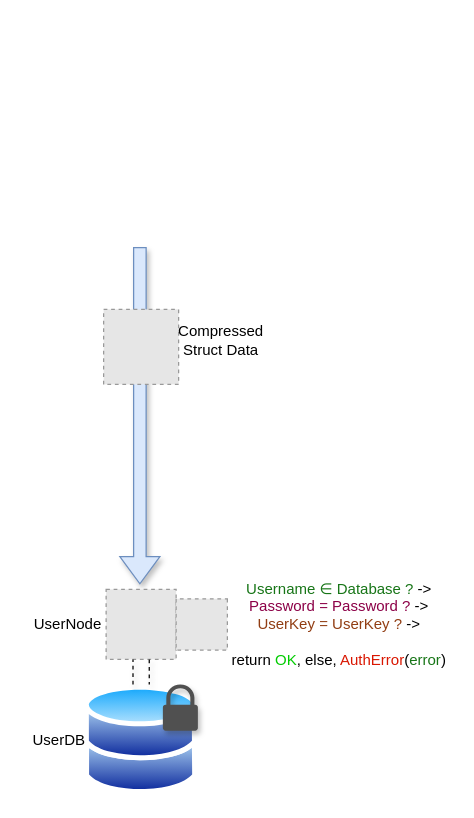
Above: Diagrama sin título.drawio in papitaAlgodonCplusplus/CI0119 (draw.io), before the change. Source tidied: cells renumbered, new cells numbered last; positions are measured from the earlier drawing's top-left corner, leaving out a move shared by most shapes. Both pictures are drawn from the tidied source at 125%, with x=0, y=0 at pixel (21, 246). Pictures stored in the file or linked from it are replaced by grey dashed boxes.
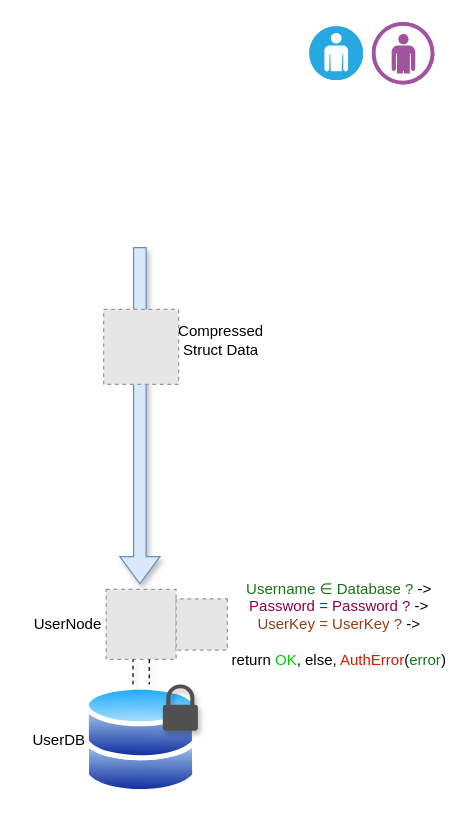
After the change.

Change to the diagram source:
```diff
@@
 <mxGraphModel>
   <root>
     <mxCell id="0" />
     <mxCell id="1" parent="0" />
     <mxCell id="2" style="shape=flexArrow;endArrow=classic;html=1;rounded=0;endWidth=21.05263157894737;endSize=6.926315789473684;targetPerimeterSpacing=0;fillColor=#dae8fc;strokeColor=#6c8ebf;shadow=1;" parent="1" edge="1">
       <mxGeometry relative="1" as="geometry">
         <mxPoint x="94.4" as="sourcePoint" />
         <mxPoint x="94.4" y="270" as="targetPoint" />
       </mxGeometry>
     </mxCell>
     <mxCell id="3" style="fillColor=#E6E6E6;strokeColor=#999999;dashed=1;html=1;verticalAlign=top;verticalLabelPosition=bottom;labelBackgroundColor=#ffffff;" parent="1" vertex="1">
       <mxGeometry x="65.4" y="50" width="60" height="60" as="geometry" />
     </mxCell>
     <mxCell id="4" style="fillColor=#E6E6E6;strokeColor=#999999;dashed=1;html=1;verticalAlign=top;verticalLabelPosition=bottom;labelBackgroundColor=#ffffff;" parent="1" vertex="1">
       <mxGeometry x="67.4" y="274" width="56" height="56" as="geometry" />
     </mxCell>
     <mxCell id="5" style="image;perimeter=ellipsePerimeter;html=1;align=center;shadow=0;dashed=0;spacingTop=3;image=img/lib/active_directory/databases.svg;imageBorder=none;imageBackground=none;" parent="1" vertex="1">
       <mxGeometry x="50" y="350" width="90.8" height="89" as="geometry" />
     </mxCell>
     <mxCell id="6" style="endArrow=none;dashed=1;html=1;rounded=0;strokeWidth=1;shape=link;width=13;arcSize=29;shadow=1;targetPerimeterSpacing=0;endSize=11;startSize=10;exitX=0.5;exitY=0;exitDx=0;exitDy=0;" parent="1" edge="1" source="5" target="4">
       <mxGeometry relative="1" as="geometry" />
     </mxCell>
     <mxCell id="7" style="fillColor=#E6E6E6;strokeColor=#999999;dashed=1;html=1;verticalAlign=top;verticalLabelPosition=bottom;labelBackgroundColor=#ffffff;rotation=90;" parent="1" vertex="1">
       <mxGeometry x="123.4" y="281.5" width="41" height="41" as="geometry" />
     </mxCell>
     <mxCell id="8" value="&lt;font color=&quot;#177517&quot;&gt;Username&amp;nbsp;∈ Database ?&lt;/font&gt; -&amp;gt;&lt;br&gt;&lt;font color=&quot;#8c0047&quot;&gt;Password = Password ?&lt;/font&gt; -&amp;gt;&lt;br&gt;&lt;font color=&quot;#913d13&quot;&gt;UserKey = UserKey ?&lt;/font&gt; -&amp;gt;&lt;br&gt;&lt;br&gt;return &lt;font color=&quot;#00cc00&quot;&gt;OK&lt;/font&gt;, else, &lt;font color=&quot;#d91600&quot;&gt;AuthError&lt;/font&gt;(&lt;font color=&quot;#177517&quot;&gt;error&lt;/font&gt;)" style="text;html=1;strokeColor=none;fillColor=none;align=center;verticalAlign=middle;whiteSpace=wrap;rounded=0;shadow=0;" parent="1" vertex="1">
       <mxGeometry x="164.4" y="268" width="180" height="68" as="geometry" />
     </mxCell>
     <mxCell id="9" value="UserNode" style="text;html=1;strokeColor=none;fillColor=none;align=center;verticalAlign=middle;whiteSpace=wrap;rounded=0;" parent="1" vertex="1">
       <mxGeometry x="7.4" y="287" width="60" height="30" as="geometry" />
     </mxCell>
     <mxCell id="10" value="UserDB" style="text;html=1;strokeColor=none;fillColor=none;align=center;verticalAlign=middle;whiteSpace=wrap;rounded=0;" parent="1" vertex="1">
       <mxGeometry y="379.5" width="60" height="30" as="geometry" />
     </mxCell>
     <mxCell id="11" value="Compressed Struct Data" style="text;html=1;strokeColor=none;fillColor=none;align=center;verticalAlign=middle;whiteSpace=wrap;rounded=0;" parent="1" vertex="1">
       <mxGeometry x="122.4" y="57.5" width="74.6" height="35" as="geometry" />
     </mxCell>
     <mxCell id="12" style="sketch=0;shadow=1;dashed=0;html=1;strokeColor=none;fillColor=#505050;labelPosition=center;verticalLabelPosition=bottom;verticalAlign=top;align=center;shape=mxgraph.office.security.lock_protected;" parent="1" vertex="1">
       <mxGeometry x="112.8" y="350" width="28" height="37" as="geometry" />
     </mxCell>
+    <mxCell id="13" style="fillColor=#28A8E0;verticalLabelPosition=bottom;sketch=0;html=1;strokeColor=#ffffff;verticalAlign=top;align=center;shape=mxgraph.cisco_safe.compositeIcon;bgIcon=ellipse;resIcon=mxgraph.cisco_safe.capability.user;" parent="1" vertex="1">
+      <mxGeometry x="230" y="-176.5" width="43" height="43" as="geometry" />
+    </mxCell>
+    <mxCell id="14" style="verticalLabelPosition=bottom;sketch=0;html=1;fillColor=#A153A0;strokeColor=#ffffff;verticalAlign=top;align=center;shape=mxgraph.cisco_safe.compositeIcon;bgIcon=ellipse;resIcon=mxgraph.cisco_safe.design.user;" parent="1" vertex="1">
+      <mxGeometry x="280" y="-180" width="50" height="50" as="geometry" />
+    </mxCell>
   </root>
 </mxGraphModel>
```
